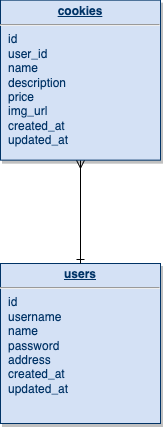
Above: erd.png in booyouon/cookieshoppe (draw.io), before the change. Source tidied: cells renumbered, new cells last; positions are measured from the earlier drawing's top-left corner, leaving out a move shared by most shapes.
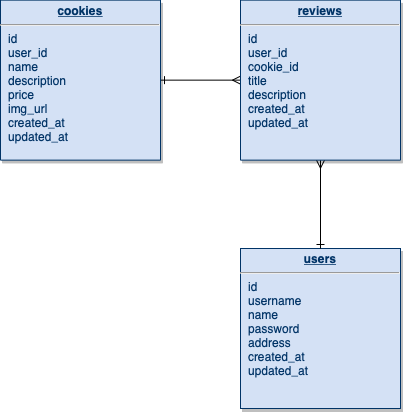
After the commit.

The edit, as a diff of the source:
```diff
@@ -3,13 +3,19 @@
     <mxCell id="0" />
     <mxCell id="1" parent="0" />
     <mxCell id="2" value="&lt;p style=&quot;margin: 0px ; margin-top: 4px ; text-align: center ; text-decoration: underline&quot;&gt;&lt;b&gt;users&lt;/b&gt;&lt;/p&gt;&lt;hr&gt;&lt;p style=&quot;margin: 0px 0px 0px 8px&quot;&gt;id&lt;/p&gt;&lt;p style=&quot;margin: 0px 0px 0px 8px&quot;&gt;username&lt;/p&gt;&lt;p style=&quot;margin: 0px 0px 0px 8px&quot;&gt;name&lt;/p&gt;&lt;p style=&quot;margin: 0px 0px 0px 8px&quot;&gt;password&lt;/p&gt;&lt;p style=&quot;margin: 0px 0px 0px 8px&quot;&gt;address&lt;/p&gt;&lt;p style=&quot;margin: 0px 0px 0px 8px&quot;&gt;created_at&lt;/p&gt;&lt;p style=&quot;margin: 0px 0px 0px 8px&quot;&gt;updated_at&lt;/p&gt;" style="verticalAlign=top;align=left;overflow=fill;fontSize=12;fontFamily=Helvetica;html=1;strokeColor=#003366;shadow=1;fillColor=#D4E1F5;fontColor=#003366;" parent="1" vertex="1">
-      <mxGeometry y="263" width="160" height="160" as="geometry" />
+      <mxGeometry x="240" y="248" width="160" height="160" as="geometry" />
     </mxCell>
-    <mxCell id="3" style="edgeStyle=orthogonalEdgeStyle;rounded=0;jettySize=auto;html=1;startArrow=ERmany;startFill=0;endArrow=ERone;endFill=0;" parent="1" edge="1" source="4" target="2">
-      <mxGeometry relative="1" as="geometry" />
-    </mxCell>
+    <mxCell id="5" style="edgeStyle=orthogonalEdgeStyle;rounded=0;jettySize=auto;html=1;startArrow=ERone;startFill=0;endArrow=ERmany;endFill=0;" parent="1" edge="1" source="4" target="7">
+      <mxGeometry relative="1" as="geometry" />
+    </mxCell>
     <mxCell id="4" value="&lt;p style=&quot;margin: 0px ; margin-top: 4px ; text-align: center ; text-decoration: underline&quot;&gt;&lt;b&gt;cookies&lt;/b&gt;&lt;/p&gt;&lt;hr&gt;&lt;p style=&quot;margin: 0px ; margin-left: 8px&quot;&gt;id&lt;/p&gt;&lt;p style=&quot;margin: 0px ; margin-left: 8px&quot;&gt;user_id&lt;/p&gt;&lt;p style=&quot;margin: 0px ; margin-left: 8px&quot;&gt;name&lt;/p&gt;&lt;p style=&quot;margin: 0px ; margin-left: 8px&quot;&gt;description&lt;/p&gt;&lt;p style=&quot;margin: 0px ; margin-left: 8px&quot;&gt;price&lt;/p&gt;&lt;p style=&quot;margin: 0px ; margin-left: 8px&quot;&gt;img_url&lt;/p&gt;&lt;p style=&quot;margin: 0px ; margin-left: 8px&quot;&gt;created_at&lt;/p&gt;&lt;p style=&quot;margin: 0px ; margin-left: 8px&quot;&gt;updated_at&lt;/p&gt;&lt;p style=&quot;margin: 0px ; margin-left: 8px&quot;&gt;&lt;br&gt;&lt;/p&gt;" style="verticalAlign=top;align=left;overflow=fill;fontSize=12;fontFamily=Helvetica;html=1;strokeColor=#003366;shadow=1;fillColor=#D4E1F5;fontColor=#003366;" parent="1" vertex="1">
       <mxGeometry y="-0.4" width="160" height="160" as="geometry" />
     </mxCell>
+    <mxCell id="6" style="edgeStyle=orthogonalEdgeStyle;rounded=0;jettySize=auto;html=1;startArrow=ERmany;startFill=0;endArrow=ERone;endFill=0;" parent="1" edge="1" source="7" target="2">
+      <mxGeometry relative="1" as="geometry" />
+    </mxCell>
+    <mxCell id="7" value="&lt;p style=&quot;margin: 0px ; margin-top: 4px ; text-align: center ; text-decoration: underline&quot;&gt;&lt;b&gt;reviews&lt;/b&gt;&lt;/p&gt;&lt;hr&gt;&lt;p style=&quot;margin: 0px ; margin-left: 8px&quot;&gt;id&lt;/p&gt;&lt;p style=&quot;margin: 0px ; margin-left: 8px&quot;&gt;user_id&lt;/p&gt;&lt;p style=&quot;margin: 0px ; margin-left: 8px&quot;&gt;cookie_id&lt;/p&gt;&lt;p style=&quot;margin: 0px ; margin-left: 8px&quot;&gt;title&lt;/p&gt;&lt;p style=&quot;margin: 0px ; margin-left: 8px&quot;&gt;description&lt;/p&gt;&lt;p style=&quot;margin: 0px ; margin-left: 8px&quot;&gt;created_at&lt;/p&gt;&lt;p style=&quot;margin: 0px ; margin-left: 8px&quot;&gt;updated_at&lt;/p&gt;&lt;p style=&quot;margin: 0px ; margin-left: 8px&quot;&gt;&lt;br&gt;&lt;/p&gt;" style="verticalAlign=top;align=left;overflow=fill;fontSize=12;fontFamily=Helvetica;html=1;strokeColor=#003366;shadow=1;fillColor=#D4E1F5;fontColor=#003366;" parent="1" vertex="1">
+      <mxGeometry x="240" y="-0.4" width="160" height="160" as="geometry" />
+    </mxCell>
   </root>
 </mxGraphModel>
```
